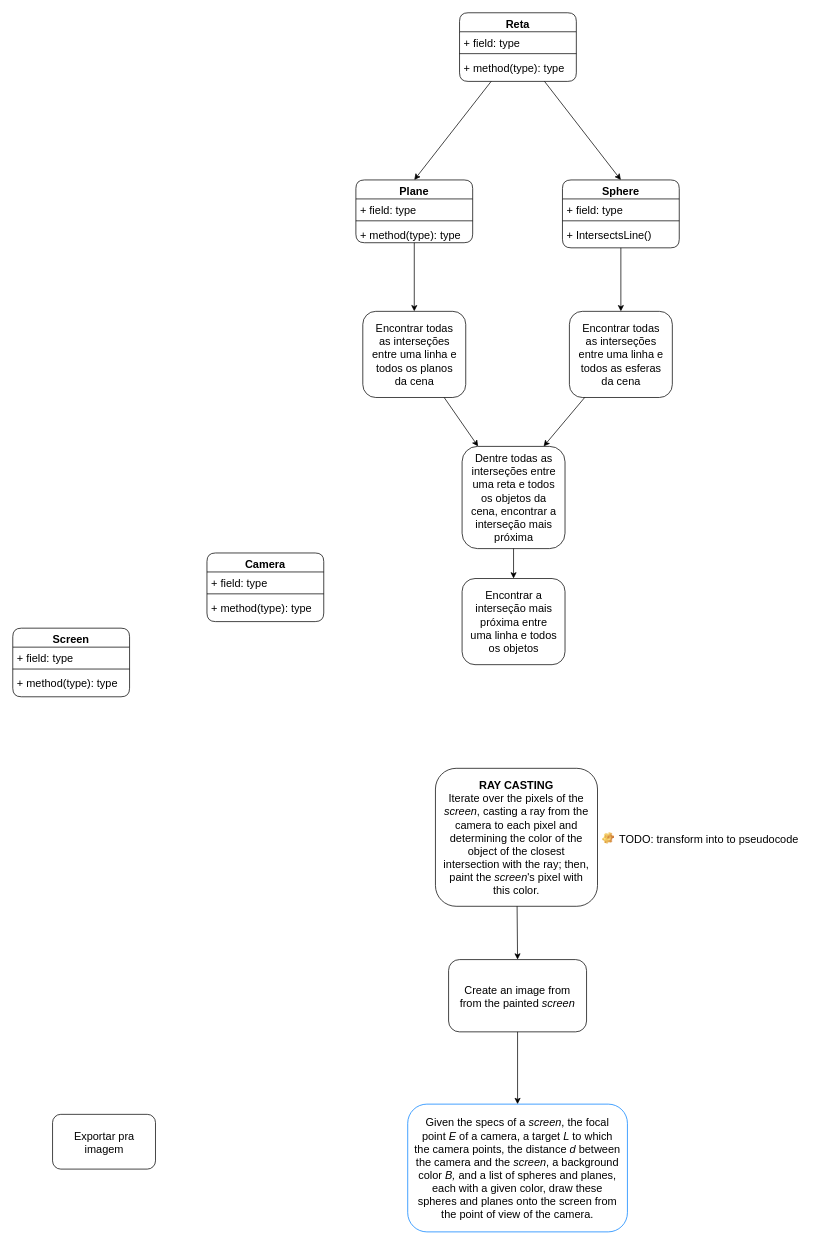
The draw.io diagram Implementation UML/Plain Ray Casting.drawio in addaesg/Ray-Tracing, before the edit. Source tidied: cells renumbered, new cells numbered last; positions are measured from the earlier drawing's top-left corner, leaving out a move shared by most shapes. Both pictures are drawn from the tidied source at 73%, with x=0, y=0 at pixel (12, 12).
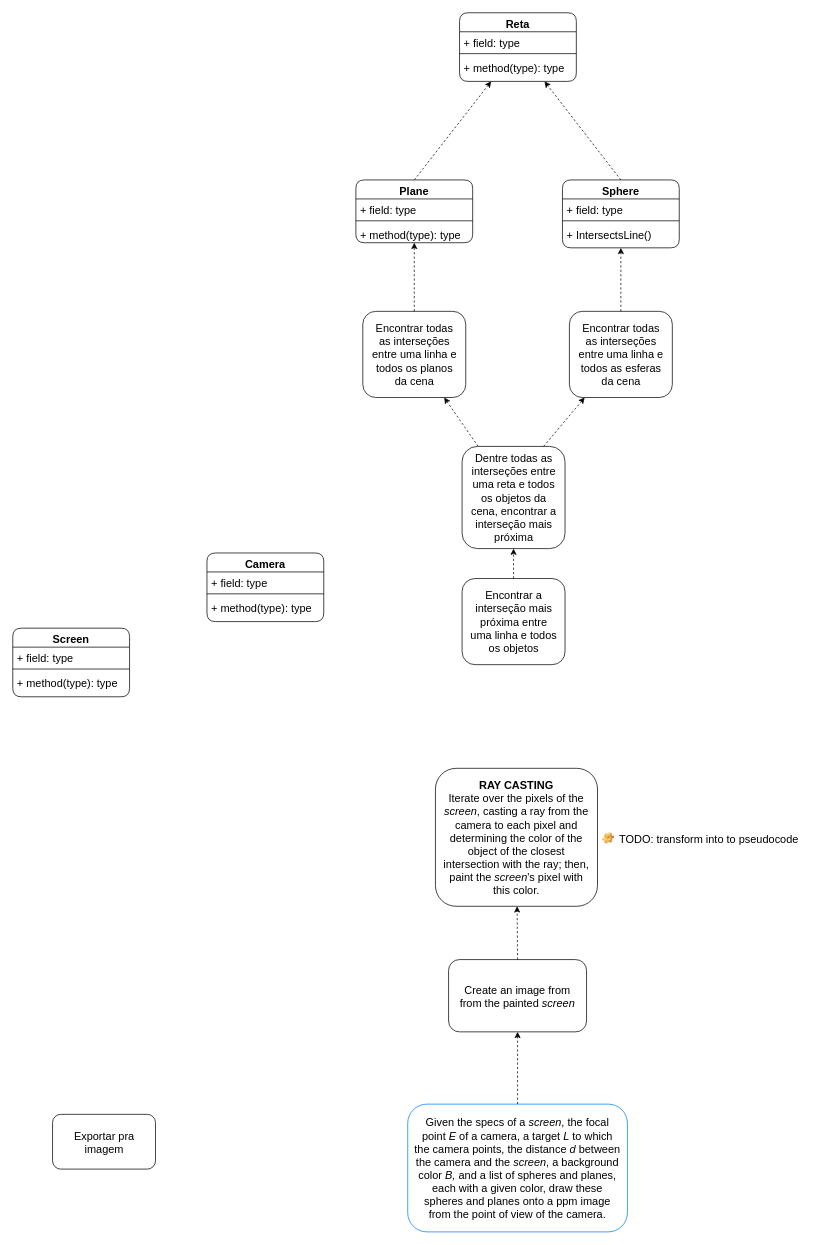
Above is the later version.

Commit message:
Revert and dash arrows

The change refers to these unchanged cells:
```xml
<mxCell id="12" value="Sphere" style="swimlane;fontStyle=1;align=center;verticalAlign=top;horizontal=1;startSize=26;rounded=1;fontSize=15;strokeColor=default;" parent="1" vertex="1">
  <mxGeometry x="753" y="229" width="160" height="93" as="geometry" />
</mxCell>
<mxCell id="17" value="Plane" style="swimlane;fontStyle=1;align=center;verticalAlign=top;horizontal=1;startSize=26;rounded=1;fontSize=15;strokeColor=default;" parent="1" vertex="1">
  <mxGeometry x="470" y="229" width="160" height="86" as="geometry" />
</mxCell>
<mxCell id="22" value="Create an image from from the painted &lt;i&gt;screen&lt;/i&gt;" style="text;html=1;strokeColor=default;fillColor=none;align=center;verticalAlign=middle;whiteSpace=wrap;rounded=1;fontSize=15;spacingLeft=8;spacingRight=8;" parent="1" vertex="1">
  <mxGeometry x="597" y="1297" width="189" height="99" as="geometry" />
</mxCell>
<mxCell id="24" value="&lt;b&gt;RAY CASTING&lt;/b&gt;&lt;br&gt;Iterate over the pixels of the &lt;i&gt;screen&lt;/i&gt;, casting a ray from the camera to each pixel and determining the color of the object of the closest intersection with the ray; then, paint the &lt;i&gt;screen&lt;/i&gt;'s pixel with this color." style="text;html=1;strokeColor=default;fillColor=none;align=center;verticalAlign=middle;whiteSpace=wrap;rounded=1;fontSize=15;spacingLeft=8;spacingRight=8;" parent="23" vertex="1">
  <mxGeometry width="222" height="189" as="geometry" />
</mxCell>
<mxCell id="29" value="Encontrar todas as interseções entre uma linha e todos os planos da cena" style="text;html=1;strokeColor=default;fillColor=none;align=center;verticalAlign=middle;whiteSpace=wrap;rounded=1;fontSize=15;spacingLeft=8;spacingRight=8;" parent="1" vertex="1">
  <mxGeometry x="479.5" y="409" width="141" height="118" as="geometry" />
</mxCell>
<mxCell id="32" value="Reta" style="swimlane;fontStyle=1;align=center;verticalAlign=top;horizontal=1;startSize=26;rounded=1;fontSize=15;strokeColor=default;" parent="1" vertex="1">
  <mxGeometry x="612" width="160" height="94" as="geometry" />
</mxCell>
<mxCell id="37" value="Encontrar todas as interseções entre uma linha e todos as esferas da cena" style="text;html=1;strokeColor=default;fillColor=none;align=center;verticalAlign=middle;whiteSpace=wrap;rounded=1;fontSize=15;spacingLeft=8;spacingRight=8;" parent="1" vertex="1">
  <mxGeometry x="762.5" y="409" width="141" height="118" as="geometry" />
</mxCell>
<mxCell id="39" value="Dentre todas as interseções entre uma reta e todos os objetos da cena, encontrar a interseção mais próxima" style="text;html=1;strokeColor=default;fillColor=none;align=center;verticalAlign=middle;whiteSpace=wrap;rounded=1;fontSize=15;spacingLeft=8;spacingRight=8;" parent="1" vertex="1">
  <mxGeometry x="615.5" y="594" width="141" height="140" as="geometry" />
</mxCell>
<mxCell id="40" value="Encontrar a interseção mais próxima entre uma linha e todos os objetos" style="text;html=1;strokeColor=default;fillColor=none;align=center;verticalAlign=middle;whiteSpace=wrap;rounded=1;fontSize=15;spacingLeft=8;spacingRight=8;" parent="1" vertex="1">
  <mxGeometry x="615.5" y="775" width="141" height="118" as="geometry" />
</mxCell>
```

Change to the diagram source:
```diff
@@
-    <mxCell id="2" value="Given the specs of a &lt;i style=&quot;font-size: 15px&quot;&gt;screen&lt;/i&gt;, the focal point &lt;i style=&quot;font-size: 15px&quot;&gt;E&lt;/i&gt;&amp;nbsp;of a camera, a target &lt;i style=&quot;font-size: 15px&quot;&gt;L&lt;/i&gt; to which the camera points, the distance &lt;i style=&quot;font-size: 15px&quot;&gt;d&lt;/i&gt;&amp;nbsp;between the camera and the &lt;i&gt;screen&lt;/i&gt;, a background color &lt;i style=&quot;font-size: 15px&quot;&gt;B,&lt;/i&gt;&amp;nbsp;and a list of spheres and planes, each with a given color, draw these spheres and planes onto the screen from the point of view of the camera." style="text;html=1;strokeColor=#007FFF;fillColor=none;align=center;verticalAlign=middle;whiteSpace=wrap;rounded=1;fontSize=15;spacingLeft=8;spacingRight=8;" parent="1" vertex="1">
+    <mxCell id="2" value="Given the specs of a &lt;i style=&quot;font-size: 15px&quot;&gt;screen&lt;/i&gt;, the focal point &lt;i style=&quot;font-size: 15px&quot;&gt;E&lt;/i&gt;&amp;nbsp;of a camera, a target &lt;i style=&quot;font-size: 15px&quot;&gt;L&lt;/i&gt; to which the camera points, the distance &lt;i style=&quot;font-size: 15px&quot;&gt;d&lt;/i&gt;&amp;nbsp;between the camera and the &lt;i&gt;screen&lt;/i&gt;, a background color &lt;i style=&quot;font-size: 15px&quot;&gt;B,&lt;/i&gt;&amp;nbsp;and a list of spheres and planes, each with a given color, draw these spheres and planes onto a ppm image from the point of view of the camera." style="text;html=1;strokeColor=#007FFF;fillColor=none;align=center;verticalAlign=middle;whiteSpace=wrap;rounded=1;fontSize=15;spacingLeft=8;spacingRight=8;" parent="1" vertex="1">
       <mxGeometry x="541" y="1495" width="301" height="175" as="geometry" />
     </mxCell>
@@
-    <mxCell id="11" style="edgeStyle=none;rounded=0;jettySize=auto;html=1;entryX=0.5;entryY=0;entryDx=0;entryDy=0;fontSize=15;" parent="1" edge="1" source="12" target="37">
+    <mxCell id="11" style="edgeStyle=none;rounded=0;jettySize=auto;html=1;fontSize=15;exitX=0.5;exitY=0;exitDx=0;exitDy=0;dashed=1;" parent="1" edge="1" source="37" target="12">
       <mxGeometry relative="1" as="geometry" />
     </mxCell>
@@
-    <mxCell id="16" style="edgeStyle=none;rounded=0;jettySize=auto;html=1;entryX=0.5;entryY=0;entryDx=0;entryDy=0;fontSize=15;" parent="1" edge="1" source="17" target="29">
+    <mxCell id="16" style="edgeStyle=none;rounded=0;jettySize=auto;html=1;fontSize=15;exitX=0.5;exitY=0;exitDx=0;exitDy=0;dashed=1;" parent="1" edge="1" source="29" target="17">
       <mxGeometry relative="1" as="geometry" />
     </mxCell>
@@
-    <mxCell id="21" style="edgeStyle=none;rounded=0;jettySize=auto;html=1;entryX=0.5;entryY=0;entryDx=0;entryDy=0;fontSize=15;" parent="1" edge="1" source="22" target="2">
+    <mxCell id="21" style="edgeStyle=none;rounded=0;jettySize=auto;html=1;fontSize=15;dashed=1;exitX=0.5;exitY=0;exitDx=0;exitDy=0;" parent="1" edge="1" source="2" target="22">
       <mxGeometry relative="1" as="geometry" />
     </mxCell>
@@
-    <mxCell id="27" style="edgeStyle=none;rounded=0;jettySize=auto;html=1;entryX=0.5;entryY=0;entryDx=0;entryDy=0;fontSize=15;" parent="1" edge="1" source="24" target="22">
+    <mxCell id="27" style="edgeStyle=none;rounded=0;jettySize=auto;html=1;fontSize=15;exitX=0.5;exitY=0;exitDx=0;exitDy=0;dashed=1;" parent="1" edge="1" source="22" target="24">
       <mxGeometry relative="1" as="geometry" />
     </mxCell>
-    <mxCell id="28" style="edgeStyle=none;rounded=0;jettySize=auto;html=1;fontSize=15;" parent="1" edge="1" source="29" target="39">
+    <mxCell id="28" style="edgeStyle=none;rounded=0;jettySize=auto;html=1;fontSize=15;dashed=1;" parent="1" edge="1" source="39" target="29">
       <mxGeometry relative="1" as="geometry" />
     </mxCell>
@@
-    <mxCell id="30" style="edgeStyle=none;rounded=0;jettySize=auto;html=1;entryX=0.5;entryY=0;entryDx=0;entryDy=0;fontSize=15;" parent="1" edge="1" source="32" target="12">
+    <mxCell id="30" style="edgeStyle=none;rounded=0;jettySize=auto;html=1;fontSize=15;exitX=0.5;exitY=0;exitDx=0;exitDy=0;dashed=1;" parent="1" edge="1" source="12" target="32">
       <mxGeometry relative="1" as="geometry" />
     </mxCell>
-    <mxCell id="31" style="edgeStyle=none;rounded=0;jettySize=auto;html=1;entryX=0.5;entryY=0;entryDx=0;entryDy=0;fontSize=15;" parent="1" edge="1" source="32" target="17">
+    <mxCell id="31" style="edgeStyle=none;rounded=0;jettySize=auto;html=1;fontSize=15;exitX=0.5;exitY=0;exitDx=0;exitDy=0;dashed=1;" parent="1" edge="1" source="17" target="32">
       <mxGeometry relative="1" as="geometry" />
     </mxCell>
@@
-    <mxCell id="36" style="edgeStyle=none;rounded=0;jettySize=auto;html=1;entryX=0.792;entryY=0;entryDx=0;entryDy=0;fontSize=15;entryPerimeter=0;" parent="1" edge="1" source="37" target="39">
+    <mxCell id="36" style="edgeStyle=none;rounded=0;jettySize=auto;html=1;fontSize=15;exitX=0.792;exitY=0;exitDx=0;exitDy=0;exitPerimeter=0;dashed=1;" parent="1" edge="1" source="39" target="37">
       <mxGeometry relative="1" as="geometry" />
     </mxCell>
@@
-    <mxCell id="38" style="edgeStyle=none;rounded=0;jettySize=auto;html=1;entryX=0.5;entryY=0;entryDx=0;entryDy=0;fontSize=15;" parent="1" edge="1" source="39" target="40">
+    <mxCell id="38" style="edgeStyle=none;rounded=0;jettySize=auto;html=1;fontSize=15;exitX=0.5;exitY=0;exitDx=0;exitDy=0;dashed=1;" parent="1" edge="1" source="40" target="39">
       <mxGeometry relative="1" as="geometry" />
     </mxCell>
```
